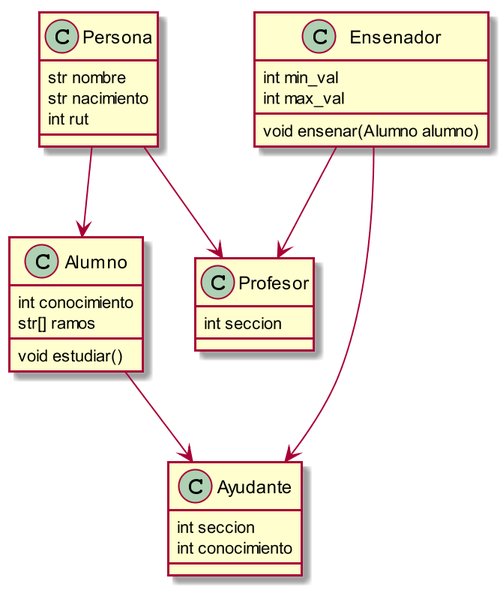
Before: Actividades/AC01/uml_diagram.png, a diagram exported from PlantUML (contranton/IIC2233).
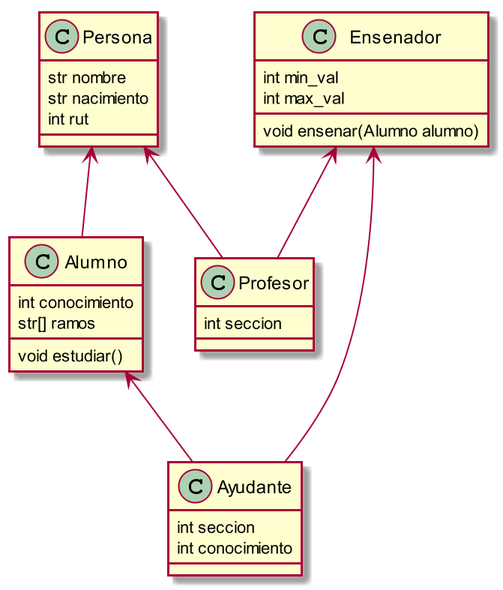
After the change.

Commit message:
Fixed inheritance direction in UML diagram

What changed in the source:
```diff
@@ -31,10 +31,10 @@
       int conocimiento
 
 }
-Persona --> Alumno
-Persona --> Profesor
-Ensenador --> Ayudante
-Ensenador --> Profesor
-Alumno --> Ayudante
+Persona <-- Alumno
+Persona <-- Profesor
+Ensenador <-- Ayudante
+Ensenador <-- Profesor
+Alumno <-- Ayudante
 
 @enduml
```
